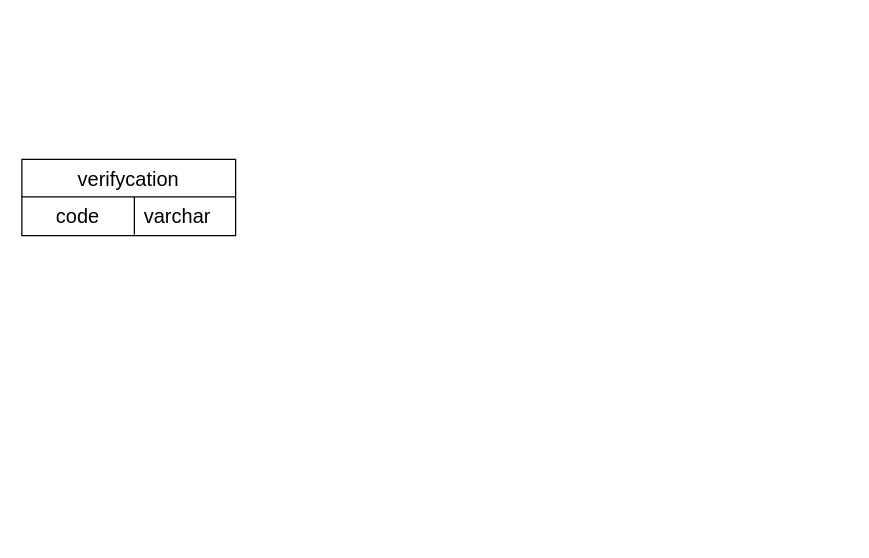
Earlier version of the draw.io diagram page "Table Desc" (1 of 3) of Untitled Diagram.drawio (NaufalAmajid/CashierApp). Source tidied: cells renumbered, new cells numbered last; positions are measured from the earlier drawing's top-left corner, leaving out a move shared by most shapes. Both pictures are drawn from the tidied source at 125%, with x=0, y=0 at pixel (21, 159).
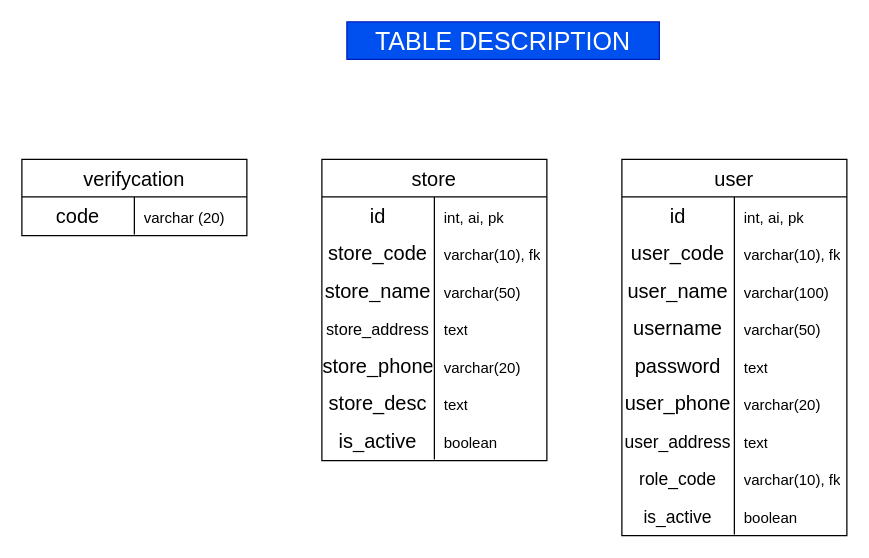
After the change.

Diff of the diagram source:
```diff
@@
     <mxCell id="2" value="verifycation" style="shape=table;startSize=30;childLayout=tableLayout;rowLines=0;fontStyle=0;strokeColor=default;fontSize=16;" parent="1" vertex="1">
-      <mxGeometry width="171" height="61" as="geometry" />
+      <mxGeometry width="180" height="61" as="geometry" />
     </mxCell>
     <mxCell id="3" style="shape=tableRow;horizontal=0;startSize=0;swimlaneHead=0;swimlaneBody=0;top=0;left=0;bottom=0;right=0;fillColor=none;strokeColor=inherit;fontSize=16;" parent="2" vertex="1">
-      <mxGeometry y="30" width="171" height="30" as="geometry" />
+      <mxGeometry y="30" width="180" height="30" as="geometry" />
     </mxCell>
@@
-    <mxCell id="5" value="varchar" style="shape=partialRectangle;html=1;whiteSpace=wrap;fillColor=none;top=0;left=0;bottom=0;right=0;align=left;spacingLeft=6;overflow=hidden;strokeColor=inherit;fontSize=16;" parent="3" vertex="1">
-      <mxGeometry x="90" width="81" height="30" as="geometry" />
+    <mxCell id="5" value="&lt;font style=&quot;font-size: 12px;&quot;&gt;varchar (20)&lt;/font&gt;" style="shape=partialRectangle;html=1;whiteSpace=wrap;fillColor=none;top=0;left=0;bottom=0;right=0;align=left;spacingLeft=6;overflow=hidden;strokeColor=inherit;fontSize=16;" parent="3" vertex="1">
+      <mxGeometry x="90" width="90" height="30" as="geometry" />
     </mxCell>
+    <mxCell id="6" value="TABLE DESCRIPTION" style="text;html=1;strokeColor=#001DBC;fillColor=#0050ef;align=center;verticalAlign=middle;whiteSpace=wrap;rounded=0;fontColor=#ffffff;fontSize=20;" parent="1" vertex="1">
+      <mxGeometry x="260" y="-110" width="250" height="30" as="geometry" />
+    </mxCell>
+    <mxCell id="7" value="store" style="shape=table;startSize=30;childLayout=tableLayout;rowLines=0;fontStyle=0;strokeColor=default;fontSize=16;" parent="1" vertex="1">
+      <mxGeometry x="240" width="180" height="241" as="geometry" />
+    </mxCell>
+    <mxCell id="8" style="shape=tableRow;horizontal=0;startSize=0;swimlaneHead=0;swimlaneBody=0;top=0;left=0;bottom=0;right=0;fillColor=none;strokeColor=inherit;fontSize=16;rounded=0;" parent="7" vertex="1">
+      <mxGeometry y="30" width="180" height="30" as="geometry" />
+    </mxCell>
+    <mxCell id="9" value="id" style="shape=partialRectangle;html=1;whiteSpace=wrap;fillColor=none;top=0;left=0;bottom=0;right=0;overflow=hidden;strokeColor=inherit;fontSize=16;" parent="8" vertex="1">
+      <mxGeometry width="90" height="30" as="geometry" />
+    </mxCell>
+    <mxCell id="10" value="&lt;font style=&quot;font-size: 12px;&quot;&gt;int, ai, pk&lt;/font&gt;" style="shape=partialRectangle;html=1;whiteSpace=wrap;fillColor=none;top=0;left=0;bottom=0;right=0;align=left;spacingLeft=6;overflow=hidden;strokeColor=inherit;fontSize=16;" parent="8" vertex="1">
+      <mxGeometry x="90" width="90" height="30" as="geometry" />
+    </mxCell>
+    <mxCell id="11" style="shape=tableRow;horizontal=0;startSize=0;swimlaneHead=0;swimlaneBody=0;top=0;left=0;bottom=0;right=0;fillColor=none;strokeColor=inherit;fontSize=16;rounded=0;" parent="7" vertex="1">
+      <mxGeometry y="60" width="180" height="30" as="geometry" />
+    </mxCell>
+    <mxCell id="12" value="store_code" style="shape=partialRectangle;html=1;whiteSpace=wrap;fillColor=none;top=0;left=0;bottom=0;right=0;overflow=hidden;strokeColor=inherit;fontSize=16;" parent="11" vertex="1">
+      <mxGeometry width="90" height="30" as="geometry" />
+    </mxCell>
+    <mxCell id="13" value="&lt;font style=&quot;font-size: 12px;&quot;&gt;varchar(10), fk&lt;/font&gt;" style="shape=partialRectangle;html=1;whiteSpace=wrap;fillColor=none;top=0;left=0;bottom=0;right=0;align=left;spacingLeft=6;overflow=hidden;strokeColor=inherit;fontSize=16;" parent="11" vertex="1">
+      <mxGeometry x="90" width="90" height="30" as="geometry" />
+    </mxCell>
+    <mxCell id="14" style="shape=tableRow;horizontal=0;startSize=0;swimlaneHead=0;swimlaneBody=0;top=0;left=0;bottom=0;right=0;fillColor=none;strokeColor=inherit;fontSize=16;" parent="7" vertex="1">
+      <mxGeometry y="90" width="180" height="30" as="geometry" />
+    </mxCell>
+    <mxCell id="15" value="store_name" style="shape=partialRectangle;html=1;whiteSpace=wrap;fillColor=none;top=0;left=0;bottom=0;right=0;overflow=hidden;strokeColor=inherit;fontSize=16;" parent="14" vertex="1">
+      <mxGeometry width="90" height="30" as="geometry" />
+    </mxCell>
+    <mxCell id="16" value="&lt;font style=&quot;font-size: 12px;&quot;&gt;varchar(50)&lt;/font&gt;" style="shape=partialRectangle;html=1;whiteSpace=wrap;fillColor=none;top=0;left=0;bottom=0;right=0;align=left;spacingLeft=6;overflow=hidden;strokeColor=inherit;fontSize=16;" parent="14" vertex="1">
+      <mxGeometry x="90" width="90" height="30" as="geometry" />
+    </mxCell>
+    <mxCell id="17" style="shape=tableRow;horizontal=0;startSize=0;swimlaneHead=0;swimlaneBody=0;top=0;left=0;bottom=0;right=0;fillColor=none;strokeColor=inherit;fontSize=16;" parent="7" vertex="1">
+      <mxGeometry y="120" width="180" height="30" as="geometry" />
+    </mxCell>
+    <mxCell id="18" value="&lt;font style=&quot;font-size: 13px;&quot;&gt;store_address&lt;/font&gt;" style="shape=partialRectangle;html=1;whiteSpace=wrap;fillColor=none;top=0;left=0;bottom=0;right=0;overflow=hidden;strokeColor=inherit;fontSize=16;" parent="17" vertex="1">
+      <mxGeometry width="90" height="30" as="geometry" />
+    </mxCell>
+    <mxCell id="19" value="&lt;font style=&quot;font-size: 12px;&quot;&gt;text&lt;/font&gt;" style="shape=partialRectangle;html=1;whiteSpace=wrap;fillColor=none;top=0;left=0;bottom=0;right=0;align=left;spacingLeft=6;overflow=hidden;strokeColor=inherit;fontSize=16;" parent="17" vertex="1">
+      <mxGeometry x="90" width="90" height="30" as="geometry" />
+    </mxCell>
+    <mxCell id="20" style="shape=tableRow;horizontal=0;startSize=0;swimlaneHead=0;swimlaneBody=0;top=0;left=0;bottom=0;right=0;fillColor=none;strokeColor=inherit;fontSize=16;" parent="7" vertex="1">
+      <mxGeometry y="150" width="180" height="30" as="geometry" />
+    </mxCell>
+    <mxCell id="21" value="&lt;font style=&quot;font-size: 16px;&quot;&gt;store_phone&lt;/font&gt;" style="shape=partialRectangle;html=1;whiteSpace=wrap;fillColor=none;top=0;left=0;bottom=0;right=0;overflow=hidden;strokeColor=inherit;fontSize=16;" parent="20" vertex="1">
+      <mxGeometry width="90" height="30" as="geometry" />
+    </mxCell>
+    <mxCell id="22" value="&lt;font style=&quot;font-size: 12px;&quot;&gt;varchar(20)&lt;/font&gt;" style="shape=partialRectangle;html=1;whiteSpace=wrap;fillColor=none;top=0;left=0;bottom=0;right=0;align=left;spacingLeft=6;overflow=hidden;strokeColor=inherit;fontSize=16;" parent="20" vertex="1">
+      <mxGeometry x="90" width="90" height="30" as="geometry" />
+    </mxCell>
+    <mxCell id="23" style="shape=tableRow;horizontal=0;startSize=0;swimlaneHead=0;swimlaneBody=0;top=0;left=0;bottom=0;right=0;fillColor=none;strokeColor=inherit;fontSize=16;" parent="7" vertex="1">
+      <mxGeometry y="180" width="180" height="30" as="geometry" />
+    </mxCell>
+    <mxCell id="24" value="&lt;font style=&quot;font-size: 16px;&quot;&gt;store_desc&lt;/font&gt;" style="shape=partialRectangle;html=1;whiteSpace=wrap;fillColor=none;top=0;left=0;bottom=0;right=0;overflow=hidden;strokeColor=inherit;fontSize=16;" parent="23" vertex="1">
+      <mxGeometry width="90" height="30" as="geometry" />
+    </mxCell>
+    <mxCell id="25" value="&lt;font style=&quot;font-size: 12px;&quot;&gt;text&lt;/font&gt;" style="shape=partialRectangle;html=1;whiteSpace=wrap;fillColor=none;top=0;left=0;bottom=0;right=0;align=left;spacingLeft=6;overflow=hidden;strokeColor=inherit;fontSize=16;" parent="23" vertex="1">
+      <mxGeometry x="90" width="90" height="30" as="geometry" />
+    </mxCell>
+    <mxCell id="26" style="shape=tableRow;horizontal=0;startSize=0;swimlaneHead=0;swimlaneBody=0;top=0;left=0;bottom=0;right=0;fillColor=none;strokeColor=inherit;fontSize=16;" parent="7" vertex="1">
+      <mxGeometry y="210" width="180" height="30" as="geometry" />
+    </mxCell>
+    <mxCell id="27" value="is_active" style="shape=partialRectangle;html=1;whiteSpace=wrap;fillColor=none;top=0;left=0;bottom=0;right=0;overflow=hidden;strokeColor=inherit;fontSize=16;" parent="26" vertex="1">
+      <mxGeometry width="90" height="30" as="geometry" />
+    </mxCell>
+    <mxCell id="28" value="&lt;font style=&quot;font-size: 12px;&quot;&gt;boolean&lt;/font&gt;" style="shape=partialRectangle;html=1;whiteSpace=wrap;fillColor=none;top=0;left=0;bottom=0;right=0;align=left;spacingLeft=6;overflow=hidden;strokeColor=inherit;fontSize=16;" parent="26" vertex="1">
+      <mxGeometry x="90" width="90" height="30" as="geometry" />
+    </mxCell>
+    <mxCell id="29" value="user" style="shape=table;startSize=30;childLayout=tableLayout;rowLines=0;fontStyle=0;strokeColor=default;fontSize=16;" parent="1" vertex="1">
+      <mxGeometry x="480" width="180" height="301" as="geometry" />
+    </mxCell>
+    <mxCell id="30" style="shape=tableRow;horizontal=0;startSize=0;swimlaneHead=0;swimlaneBody=0;top=0;left=0;bottom=0;right=0;fillColor=none;strokeColor=inherit;fontSize=16;rounded=0;" parent="29" vertex="1">
+      <mxGeometry y="30" width="180" height="30" as="geometry" />
+    </mxCell>
+    <mxCell id="31" value="id" style="shape=partialRectangle;html=1;whiteSpace=wrap;fillColor=none;top=0;left=0;bottom=0;right=0;overflow=hidden;strokeColor=inherit;fontSize=16;" parent="30" vertex="1">
+      <mxGeometry width="90" height="30" as="geometry" />
+    </mxCell>
+    <mxCell id="32" value="&lt;font style=&quot;font-size: 12px;&quot;&gt;int, ai, pk&lt;/font&gt;" style="shape=partialRectangle;html=1;whiteSpace=wrap;fillColor=none;top=0;left=0;bottom=0;right=0;align=left;spacingLeft=6;overflow=hidden;strokeColor=inherit;fontSize=16;" parent="30" vertex="1">
+      <mxGeometry x="90" width="90" height="30" as="geometry" />
+    </mxCell>
+    <mxCell id="33" style="shape=tableRow;horizontal=0;startSize=0;swimlaneHead=0;swimlaneBody=0;top=0;left=0;bottom=0;right=0;fillColor=none;strokeColor=inherit;fontSize=16;rounded=0;" parent="29" vertex="1">
+      <mxGeometry y="60" width="180" height="30" as="geometry" />
+    </mxCell>
+    <mxCell id="34" value="user_code" style="shape=partialRectangle;html=1;whiteSpace=wrap;fillColor=none;top=0;left=0;bottom=0;right=0;overflow=hidden;strokeColor=inherit;fontSize=16;" parent="33" vertex="1">
+      <mxGeometry width="90" height="30" as="geometry" />
+    </mxCell>
+    <mxCell id="35" value="&lt;font style=&quot;font-size: 12px;&quot;&gt;varchar(10), fk&lt;/font&gt;" style="shape=partialRectangle;html=1;whiteSpace=wrap;fillColor=none;top=0;left=0;bottom=0;right=0;align=left;spacingLeft=6;overflow=hidden;strokeColor=inherit;fontSize=16;" parent="33" vertex="1">
+      <mxGeometry x="90" width="90" height="30" as="geometry" />
+    </mxCell>
+    <mxCell id="36" style="shape=tableRow;horizontal=0;startSize=0;swimlaneHead=0;swimlaneBody=0;top=0;left=0;bottom=0;right=0;fillColor=none;strokeColor=inherit;fontSize=16;" parent="29" vertex="1">
+      <mxGeometry y="90" width="180" height="30" as="geometry" />
+    </mxCell>
+    <mxCell id="37" value="user_name" style="shape=partialRectangle;html=1;whiteSpace=wrap;fillColor=none;top=0;left=0;bottom=0;right=0;overflow=hidden;strokeColor=inherit;fontSize=16;" parent="36" vertex="1">
+      <mxGeometry width="90" height="30" as="geometry" />
+    </mxCell>
+    <mxCell id="38" value="&lt;font style=&quot;font-size: 12px;&quot;&gt;varchar(100)&lt;/font&gt;" style="shape=partialRectangle;html=1;whiteSpace=wrap;fillColor=none;top=0;left=0;bottom=0;right=0;align=left;spacingLeft=6;overflow=hidden;strokeColor=inherit;fontSize=16;" parent="36" vertex="1">
+      <mxGeometry x="90" width="90" height="30" as="geometry" />
+    </mxCell>
+    <mxCell id="39" style="shape=tableRow;horizontal=0;startSize=0;swimlaneHead=0;swimlaneBody=0;top=0;left=0;bottom=0;right=0;fillColor=none;strokeColor=inherit;fontSize=16;" parent="29" vertex="1">
+      <mxGeometry y="120" width="180" height="30" as="geometry" />
+    </mxCell>
+    <mxCell id="40" value="&lt;span style=&quot;&quot;&gt;username&lt;/span&gt;" style="shape=partialRectangle;html=1;whiteSpace=wrap;fillColor=none;top=0;left=0;bottom=0;right=0;overflow=hidden;strokeColor=inherit;fontSize=16;" parent="39" vertex="1">
+      <mxGeometry width="90" height="30" as="geometry" />
+    </mxCell>
+    <mxCell id="41" value="&lt;span style=&quot;font-size: 12px;&quot;&gt;varchar(50)&lt;/span&gt;" style="shape=partialRectangle;html=1;whiteSpace=wrap;fillColor=none;top=0;left=0;bottom=0;right=0;align=left;spacingLeft=6;overflow=hidden;strokeColor=inherit;fontSize=16;" parent="39" vertex="1">
+      <mxGeometry x="90" width="90" height="30" as="geometry" />
+    </mxCell>
+    <mxCell id="42" style="shape=tableRow;horizontal=0;startSize=0;swimlaneHead=0;swimlaneBody=0;top=0;left=0;bottom=0;right=0;fillColor=none;strokeColor=inherit;fontSize=16;" parent="29" vertex="1">
+      <mxGeometry y="150" width="180" height="30" as="geometry" />
+    </mxCell>
+    <mxCell id="43" value="&lt;font style=&quot;font-size: 16px;&quot;&gt;password&lt;/font&gt;" style="shape=partialRectangle;html=1;whiteSpace=wrap;fillColor=none;top=0;left=0;bottom=0;right=0;overflow=hidden;strokeColor=inherit;fontSize=16;" parent="42" vertex="1">
+      <mxGeometry width="90" height="30" as="geometry" />
+    </mxCell>
+    <mxCell id="44" value="&lt;font style=&quot;font-size: 12px;&quot;&gt;text&lt;/font&gt;" style="shape=partialRectangle;html=1;whiteSpace=wrap;fillColor=none;top=0;left=0;bottom=0;right=0;align=left;spacingLeft=6;overflow=hidden;strokeColor=inherit;fontSize=16;" parent="42" vertex="1">
+      <mxGeometry x="90" width="90" height="30" as="geometry" />
+    </mxCell>
+    <mxCell id="45" style="shape=tableRow;horizontal=0;startSize=0;swimlaneHead=0;swimlaneBody=0;top=0;left=0;bottom=0;right=0;fillColor=none;strokeColor=inherit;fontSize=16;" parent="29" vertex="1">
+      <mxGeometry y="180" width="180" height="30" as="geometry" />
+    </mxCell>
+    <mxCell id="46" value="&lt;font style=&quot;font-size: 16px;&quot;&gt;user_phone&lt;/font&gt;" style="shape=partialRectangle;html=1;whiteSpace=wrap;fillColor=none;top=0;left=0;bottom=0;right=0;overflow=hidden;strokeColor=inherit;fontSize=16;" parent="45" vertex="1">
+      <mxGeometry width="90" height="30" as="geometry" />
+    </mxCell>
+    <mxCell id="47" value="&lt;font style=&quot;font-size: 12px;&quot;&gt;varchar(20)&lt;/font&gt;" style="shape=partialRectangle;html=1;whiteSpace=wrap;fillColor=none;top=0;left=0;bottom=0;right=0;align=left;spacingLeft=6;overflow=hidden;strokeColor=inherit;fontSize=16;" parent="45" vertex="1">
+      <mxGeometry x="90" width="90" height="30" as="geometry" />
+    </mxCell>
+    <mxCell id="48" style="shape=tableRow;horizontal=0;startSize=0;swimlaneHead=0;swimlaneBody=0;top=0;left=0;bottom=0;right=0;fillColor=none;strokeColor=inherit;fontSize=16;" parent="29" vertex="1">
+      <mxGeometry y="210" width="180" height="30" as="geometry" />
+    </mxCell>
+    <mxCell id="49" value="&lt;font style=&quot;font-size: 14px;&quot;&gt;user_address&lt;/font&gt;" style="shape=partialRectangle;html=1;whiteSpace=wrap;fillColor=none;top=0;left=0;bottom=0;right=0;overflow=hidden;strokeColor=inherit;fontSize=16;" parent="48" vertex="1">
+      <mxGeometry width="90" height="30" as="geometry" />
+    </mxCell>
+    <mxCell id="50" value="&lt;font style=&quot;font-size: 12px;&quot;&gt;text&lt;/font&gt;" style="shape=partialRectangle;html=1;whiteSpace=wrap;fillColor=none;top=0;left=0;bottom=0;right=0;align=left;spacingLeft=6;overflow=hidden;strokeColor=inherit;fontSize=16;" parent="48" vertex="1">
+      <mxGeometry x="90" width="90" height="30" as="geometry" />
+    </mxCell>
+    <mxCell id="51" style="shape=tableRow;horizontal=0;startSize=0;swimlaneHead=0;swimlaneBody=0;top=0;left=0;bottom=0;right=0;fillColor=none;strokeColor=inherit;fontSize=16;" parent="29" vertex="1">
+      <mxGeometry y="240" width="180" height="30" as="geometry" />
+    </mxCell>
+    <mxCell id="52" value="&lt;font style=&quot;font-size: 14px;&quot;&gt;role_code&lt;/font&gt;" style="shape=partialRectangle;html=1;whiteSpace=wrap;fillColor=none;top=0;left=0;bottom=0;right=0;overflow=hidden;strokeColor=inherit;fontSize=16;" parent="51" vertex="1">
+      <mxGeometry width="90" height="30" as="geometry" />
+    </mxCell>
+    <mxCell id="53" value="&lt;font style=&quot;font-size: 12px;&quot;&gt;varchar(10), fk&lt;/font&gt;" style="shape=partialRectangle;html=1;whiteSpace=wrap;fillColor=none;top=0;left=0;bottom=0;right=0;align=left;spacingLeft=6;overflow=hidden;strokeColor=inherit;fontSize=16;" parent="51" vertex="1">
+      <mxGeometry x="90" width="90" height="30" as="geometry" />
+    </mxCell>
+    <mxCell id="54" style="shape=tableRow;horizontal=0;startSize=0;swimlaneHead=0;swimlaneBody=0;top=0;left=0;bottom=0;right=0;fillColor=none;strokeColor=inherit;fontSize=16;" parent="29" vertex="1">
+      <mxGeometry y="270" width="180" height="30" as="geometry" />
+    </mxCell>
+    <mxCell id="55" value="&lt;font style=&quot;font-size: 14px;&quot;&gt;is_active&lt;/font&gt;" style="shape=partialRectangle;html=1;whiteSpace=wrap;fillColor=none;top=0;left=0;bottom=0;right=0;overflow=hidden;strokeColor=inherit;fontSize=16;" parent="54" vertex="1">
+      <mxGeometry width="90" height="30" as="geometry" />
+    </mxCell>
+    <mxCell id="56" value="&lt;font style=&quot;font-size: 12px;&quot;&gt;boolean&lt;/font&gt;" style="shape=partialRectangle;html=1;whiteSpace=wrap;fillColor=none;top=0;left=0;bottom=0;right=0;align=left;spacingLeft=6;overflow=hidden;strokeColor=inherit;fontSize=16;" parent="54" vertex="1">
+      <mxGeometry x="90" width="90" height="30" as="geometry" />
+    </mxCell>
```
